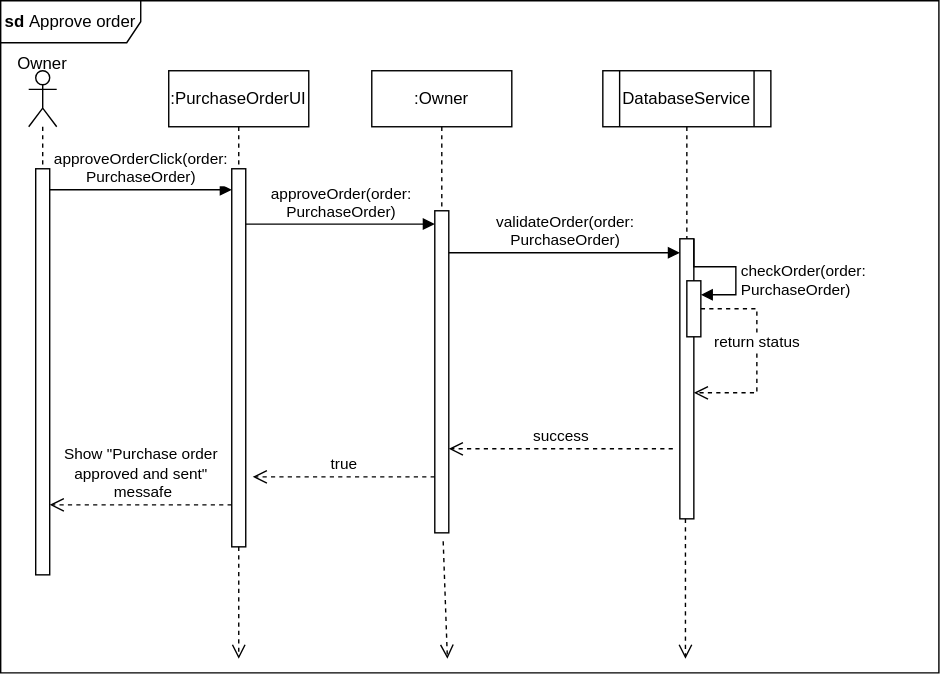
Simamkele88/IFM3_GP keeps this draw.io diagram as approve_order.svg. Above is the earlier version. Source tidied: cells renumbered, new cells last; positions are measured from the earlier drawing's top-left corner, leaving out a move shared by most shapes.
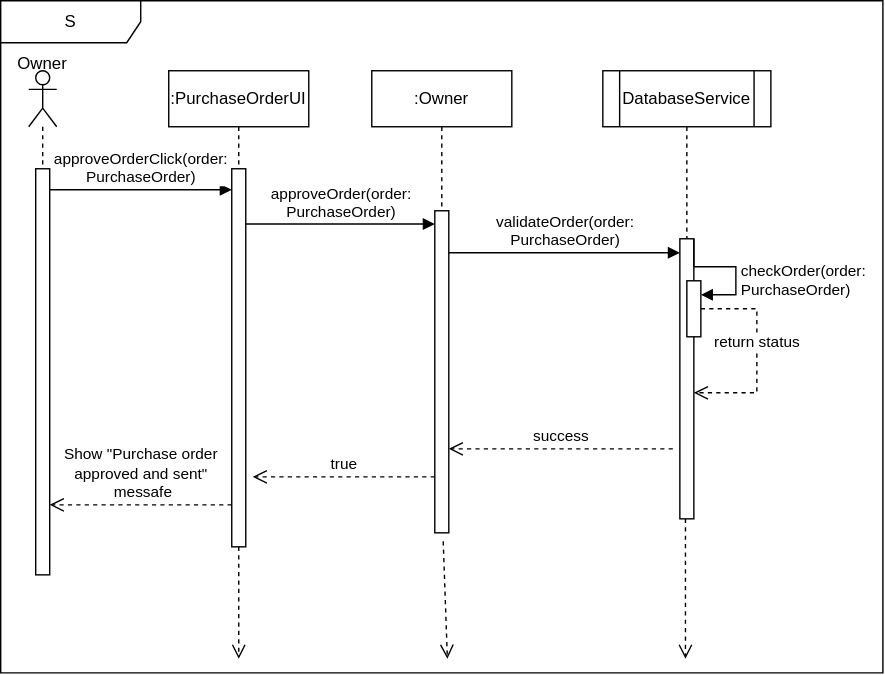
The same file after the commit.

What changed in the source:
```diff
@@ -2,8 +2,8 @@
   <root>
     <mxCell id="0" />
     <mxCell id="1" parent="0" />
-    <mxCell id="2" value="&lt;b&gt;sd&lt;/b&gt;&amp;nbsp;Approve order" style="shape=umlFrame;whiteSpace=wrap;html=1;width=100;height=30;" parent="1" vertex="1">
-      <mxGeometry width="670" height="480" as="geometry" />
+    <mxCell id="2" value="S" style="shape=umlFrame;whiteSpace=wrap;html=1;width=100;height=30;" parent="1" vertex="1">
+      <mxGeometry width="630" height="480" as="geometry" />
     </mxCell>
     <mxCell id="3" style="shape=umlLifeline;perimeter=lifelinePerimeter;whiteSpace=wrap;html=1;newEdgeStyle={&quot;curved&quot;:0,&quot;rounded&quot;:0};participant=umlActor;" parent="1" vertex="1">
       <mxGeometry x="20" y="50" width="20" height="80" as="geometry" />
```
